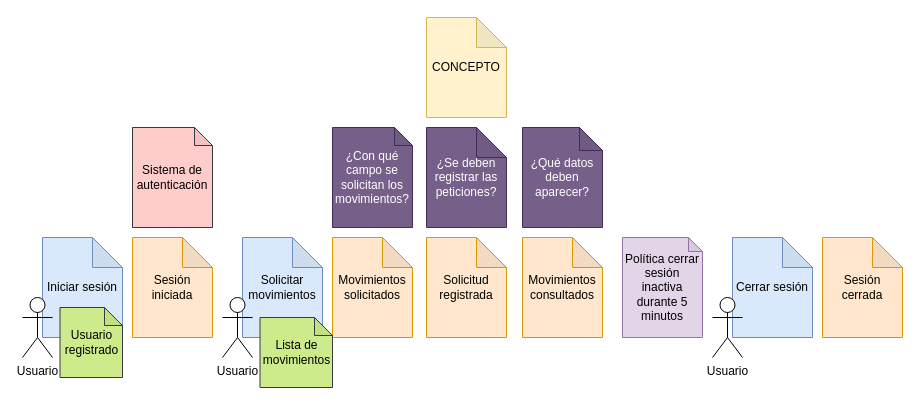
joeburias/ddd_example keeps this draw.io diagram as EventStorming_MovimientosDeposito.drawio. Above is the earlier version. Source tidied: cells renumbered, new cells numbered last; positions are measured from the earlier drawing's top-left corner, leaving out a move shared by most shapes. Both pictures are drawn from the tidied source at 100%, with x=0, y=0 at pixel (22, 17).
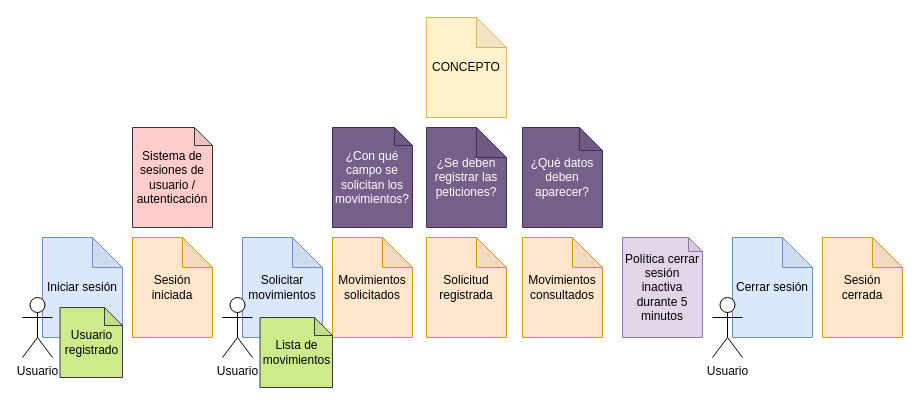
After the change.

Change to the diagram source:
```diff
@@
-    <mxCell id="23" value="Sistema de autenticación" style="shape=note;whiteSpace=wrap;html=1;backgroundOutline=1;darkOpacity=0.05;fillColor=#ffcccc;strokeColor=#36393d;size=18;" parent="1" vertex="1">
+    <mxCell id="23" value="Sistema de sesiones de usuario / autenticación" style="shape=note;whiteSpace=wrap;html=1;backgroundOutline=1;darkOpacity=0.05;fillColor=#ffcccc;strokeColor=#36393d;size=18;" parent="1" vertex="1">
       <mxGeometry x="110" y="110" width="80" height="100" as="geometry" />
     </mxCell>
```
